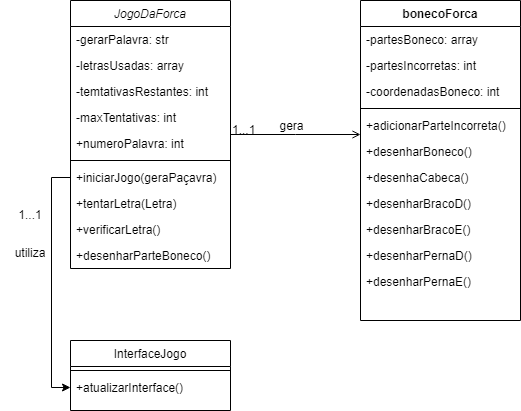
Above: Diagrama de Classe.drawio.png in KalCastro/Jogo_da_Forca (draw.io), before the change. Source tidied: cells renumbered, new cells last; positions are measured from the earlier drawing's top-left corner, leaving out a move shared by most shapes.
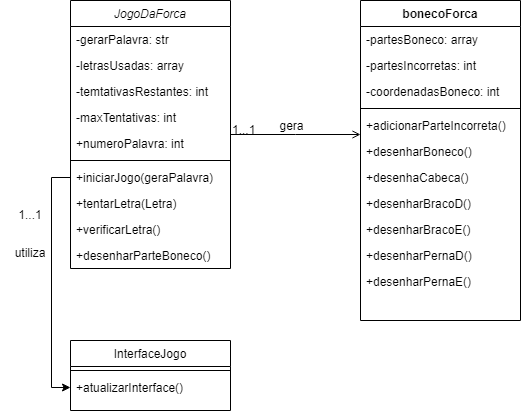
Above is the later version.

What changed in the source:
```diff
@@ -23,7 +23,7 @@
     <mxCell id="8" style="line;html=1;strokeWidth=1;align=left;verticalAlign=middle;spacingTop=-1;spacingLeft=3;spacingRight=3;labelPosition=right;" parent="2" vertex="1">
       <mxGeometry y="156" width="160" height="8" as="geometry" />
     </mxCell>
-    <mxCell id="9" value="+iniciarJogo(geraPaçavra)" style="text;align=left;verticalAlign=top;spacingLeft=4;spacingRight=4;overflow=hidden;points=[[0,0.5],[1,0.5]];portConstraint=eastwest;" parent="2" vertex="1">
+    <mxCell id="9" value="+iniciarJogo(geraPalavra)" style="text;align=left;verticalAlign=top;spacingLeft=4;spacingRight=4;overflow=hidden;points=[[0,0.5],[1,0.5]];portConstraint=eastwest;" parent="2" vertex="1">
       <mxGeometry y="164" width="160" height="26" as="geometry" />
     </mxCell>
     <mxCell id="10" value="+tentarLetra(Letra)" style="text;align=left;verticalAlign=top;spacingLeft=4;spacingRight=4;overflow=hidden;" parent="2" vertex="1">
```
